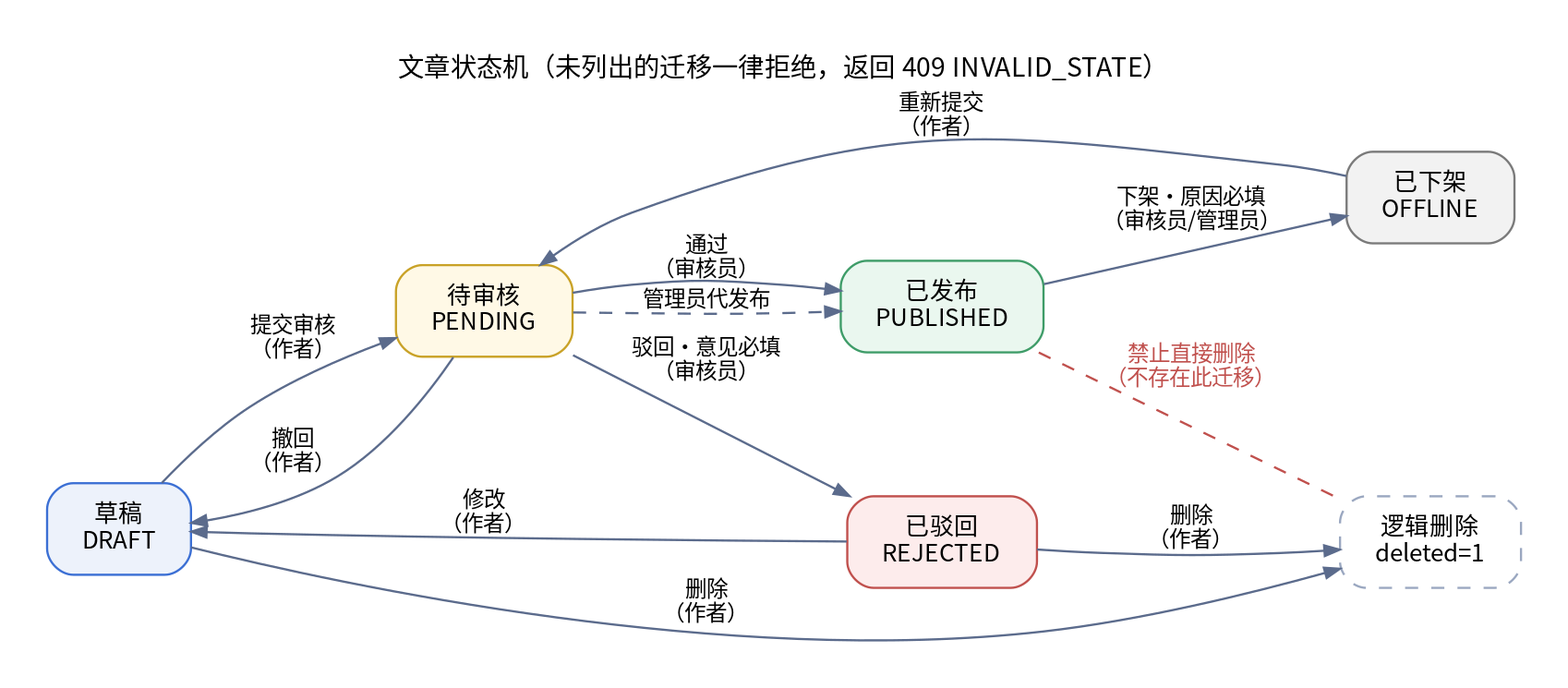
The Graphviz diagram docs/diagrams/article-lifecycle.png in yunqitianxiao/cms, before a commit. Its source is kept beside it as docs/diagrams/article-lifecycle.dot.
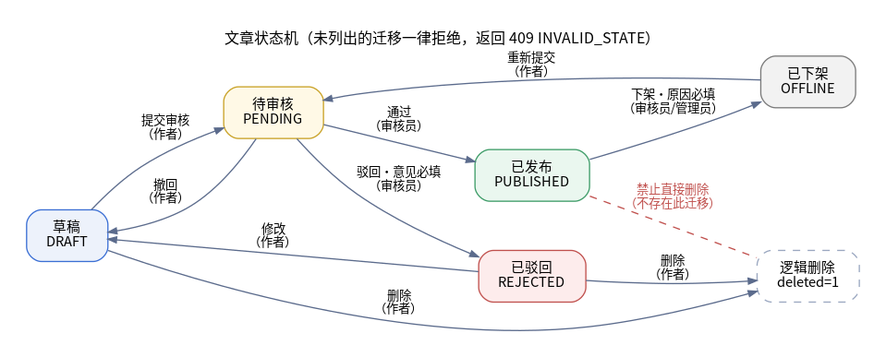
After the commit.

What changed in the source:
```diff
@@ -16,7 +16,6 @@
   PENDING -> PUBLISHED [label="通过\n（审核员）"];
   PENDING -> REJECTED  [label="驳回·意见必填\n（审核员）"];
   PENDING -> DRAFT     [label="撤回\n（作者）"];
-  PENDING -> PUBLISHED [label="管理员代发布", style=dashed];
   REJECTED -> DRAFT    [label="修改\n（作者）"];
   PUBLISHED -> OFFLINE [label="下架·原因必填\n（审核员/管理员）"];
   OFFLINE -> PENDING   [label="重新提交\n（作者）"];
```
